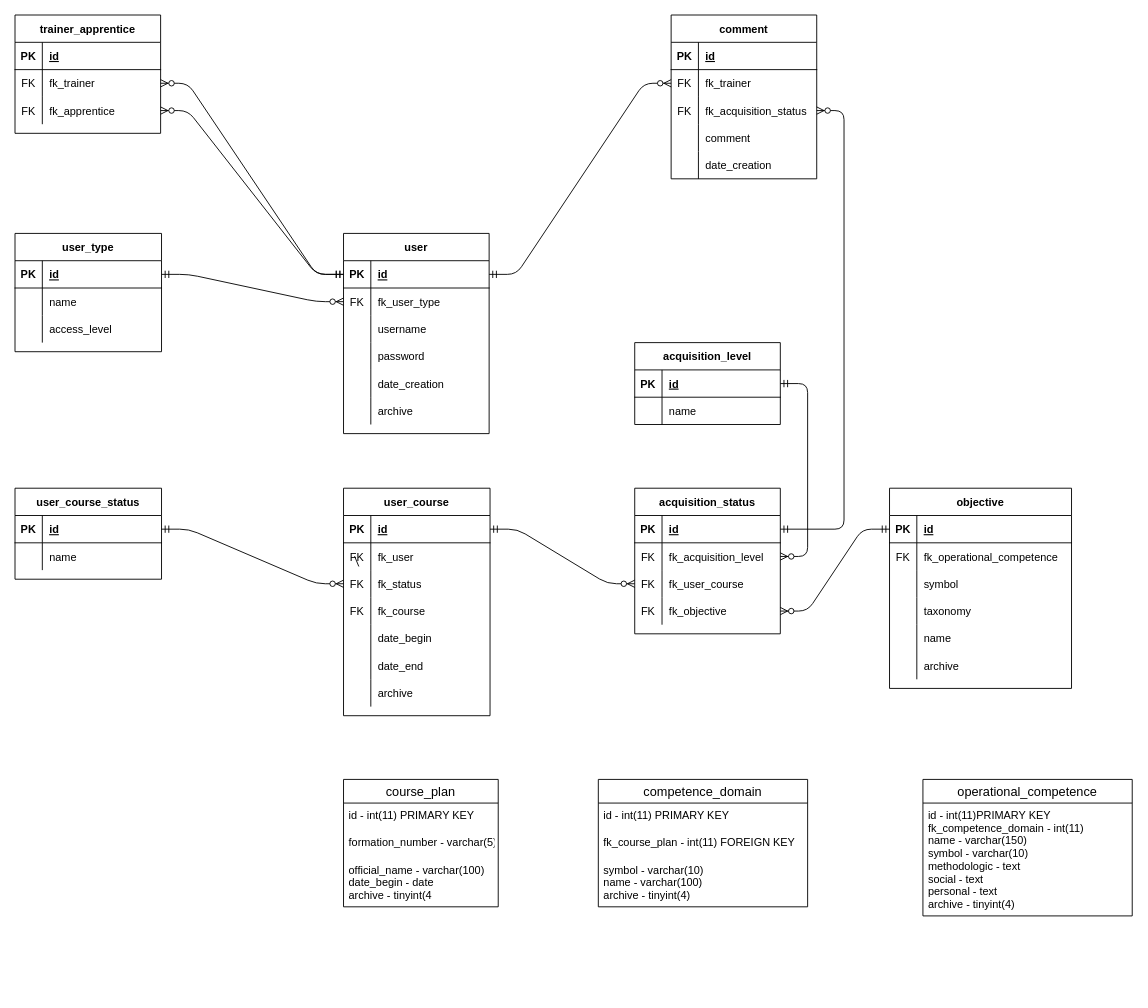
Earlier version of the draw.io diagram documentation/database/db_plafor.drawio (OrifInformatique/plafor). Source tidied: cells renumbered, new cells numbered last; positions are measured from the earlier drawing's top-left corner, leaving out a move shared by most shapes. Both pictures are drawn from the tidied source at 91%, with x=0, y=0 at pixel (15, 15).
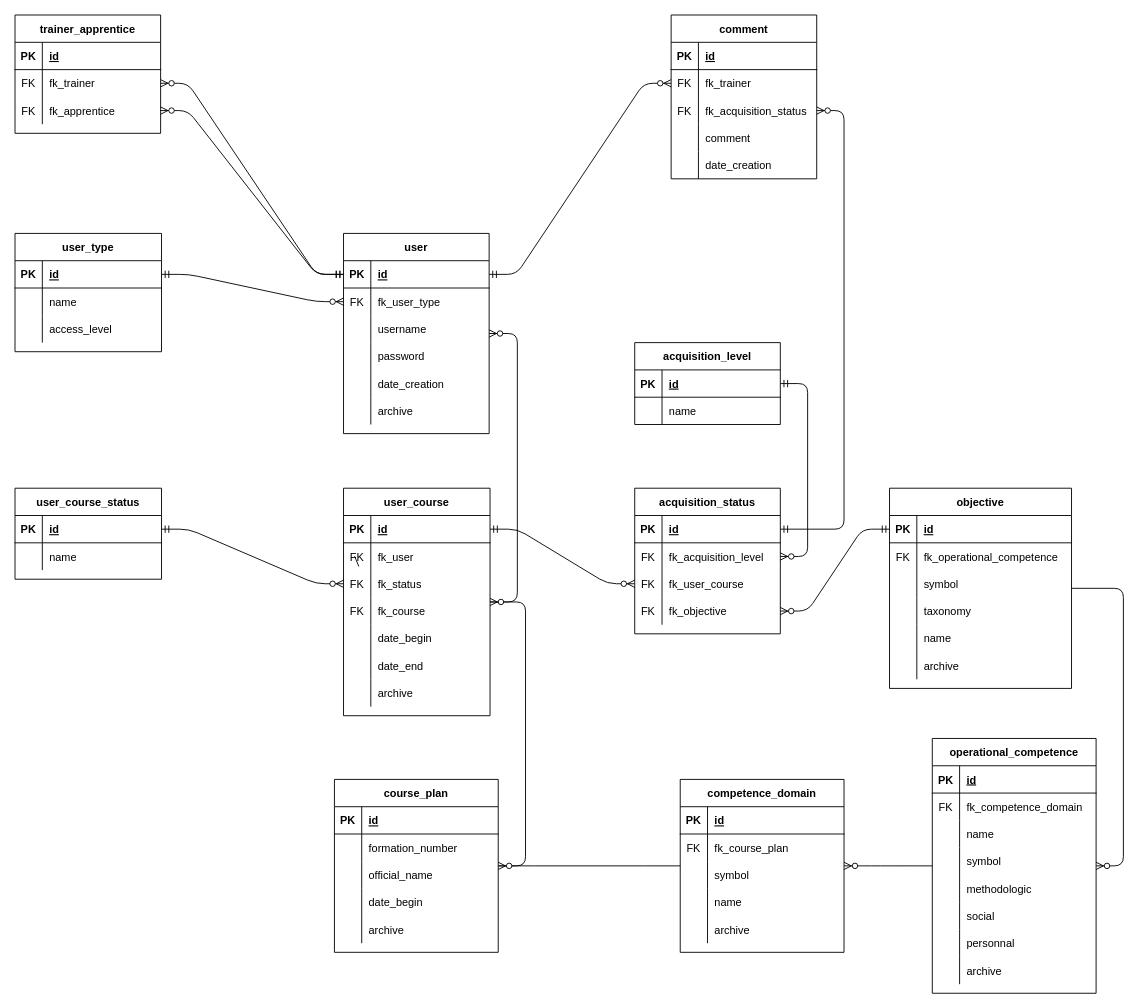
The same diagram, later.

The change refers to these unchanged cells:
```xml
<mxCell id="64" value="user" style="shape=table;startSize=30;childLayout=tableLayout;rowLines=0;fontStyle=1;align=center;" parent="1" vertex="1">
  <mxGeometry x="361" y="240" width="160" height="220" as="geometry" />
</mxCell>
<mxCell id="101" value="user_course" style="shape=table;startSize=30;childLayout=tableLayout;rowLines=0;fontStyle=1;align=center;" parent="1" vertex="1">
  <mxGeometry x="361" y="520" width="161" height="250" as="geometry" />
</mxCell>
<mxCell id="124" value="objective" style="shape=table;startSize=30;childLayout=tableLayout;rowLines=0;fontStyle=1;align=center;" parent="1" vertex="1">
  <mxGeometry x="961" y="520" width="200" height="220" as="geometry" />
</mxCell>
```

Change to the diagram source:
```diff
@@
-    <mxCell id="3" value="course_plan" style="swimlane;fontStyle=0;horizontal=1;startSize=26;align=center;fontSize=14;" parent="1" vertex="1">
-      <mxGeometry x="361" y="840" width="170" height="140" as="geometry" />
-    </mxCell>
-    <mxCell id="4" value="id - int(11) PRIMARY KEY" style="text;strokeColor=none;fillColor=none;spacingLeft=4;spacingRight=4;overflow=hidden;fontSize=12;" parent="3" vertex="1">
-      <mxGeometry y="26" width="170" height="30" as="geometry" />
-    </mxCell>
-    <mxCell id="5" value="formation_number - varchar(5)" style="text;strokeColor=none;fillColor=none;spacingLeft=4;spacingRight=4;overflow=hidden;fontSize=12;" parent="3" vertex="1">
-      <mxGeometry y="56" width="170" height="30" as="geometry" />
-    </mxCell>
-    <mxCell id="6" value="official_name - varchar(100)&#10;date_begin - date&#10;archive - tinyint(4&#10;" style="text;strokeColor=none;fillColor=none;spacingLeft=4;spacingRight=4;overflow=hidden;fontSize=12;" parent="3" vertex="1">
-      <mxGeometry y="86" width="170" height="54" as="geometry" />
-    </mxCell>
-    <mxCell id="7" value="competence_domain" style="swimlane;fontStyle=0;horizontal=1;startSize=26;align=center;fontSize=14;" parent="1" vertex="1">
-      <mxGeometry x="641" y="840" width="230" height="140" as="geometry" />
-    </mxCell>
-    <mxCell id="8" value="id - int(11) PRIMARY KEY" style="text;strokeColor=none;fillColor=none;spacingLeft=4;spacingRight=4;overflow=hidden;fontSize=12;" parent="7" vertex="1">
-      <mxGeometry y="26" width="230" height="30" as="geometry" />
-    </mxCell>
-    <mxCell id="9" value="fk_course_plan - int(11) FOREIGN KEY" style="text;strokeColor=none;fillColor=none;spacingLeft=4;spacingRight=4;overflow=hidden;fontSize=12;" parent="7" vertex="1">
-      <mxGeometry y="56" width="230" height="30" as="geometry" />
-    </mxCell>
-    <mxCell id="10" value="symbol - varchar(10)&#10;name - varchar(100)&#10;archive - tinyint(4)&#10;" style="text;strokeColor=none;fillColor=none;spacingLeft=4;spacingRight=4;overflow=hidden;fontSize=12;" parent="7" vertex="1">
-      <mxGeometry y="86" width="230" height="54" as="geometry" />
-    </mxCell>
-    <mxCell id="11" value="operational_competence" style="swimlane;fontStyle=0;horizontal=1;startSize=26;align=center;fontSize=14;" parent="1" vertex="1">
-      <mxGeometry x="997.7" y="840" width="230" height="150" as="geometry" />
-    </mxCell>
-    <mxCell id="12" value="id - int(11)PRIMARY KEY&#10;fk_competence_domain - int(11)&#10;name - varchar(150)&#10;symbol - varchar(10)&#10;methodologic - text&#10;social - text&#10;personal - text&#10;archive - tinyint(4)&#10;" style="text;strokeColor=none;fillColor=none;spacingLeft=4;spacingRight=4;overflow=hidden;fontSize=12;" parent="11" vertex="1">
-      <mxGeometry y="26" width="230" height="124" as="geometry" />
-    </mxCell>
@@
+    <mxCell id="3" value="course_plan" style="shape=table;startSize=30;childLayout=tableLayout;rowLines=0;fontStyle=1;align=center;" parent="1" vertex="1">
+      <mxGeometry x="351" y="840" width="180" height="190" as="geometry" />
+    </mxCell>
+    <mxCell id="145" style="shape=partialRectangle;fillColor=none;top=0;left=0;bottom=1;right=0;" parent="3" vertex="1">
+      <mxGeometry y="30" width="180" height="30" as="geometry" />
+    </mxCell>
+    <mxCell id="146" value="PK" style="shape=partialRectangle;fillColor=none;top=0;left=0;bottom=0;right=0;fontStyle=1;overflow=hidden;" parent="145" vertex="1">
+      <mxGeometry width="30" height="30" as="geometry" />
+    </mxCell>
+    <mxCell id="147" value="id" style="shape=partialRectangle;fillColor=none;top=0;left=0;bottom=0;right=0;align=left;spacingLeft=6;fontStyle=5;overflow=hidden;" parent="145" vertex="1">
+      <mxGeometry x="30" width="150" height="30" as="geometry" />
+    </mxCell>
+    <mxCell id="148" style="shape=partialRectangle;fillColor=none;top=0;left=0;bottom=0;right=0;" parent="3" vertex="1">
+      <mxGeometry y="60" width="180" height="30" as="geometry" />
+    </mxCell>
+    <mxCell id="149" style="shape=partialRectangle;fillColor=none;top=0;left=0;bottom=0;right=0;overflow=hidden;" parent="148" vertex="1">
+      <mxGeometry width="30" height="30" as="geometry" />
+    </mxCell>
+    <mxCell id="150" value="formation_number" style="shape=partialRectangle;fillColor=none;top=0;left=0;bottom=0;right=0;align=left;spacingLeft=6;overflow=hidden;" parent="148" vertex="1">
+      <mxGeometry x="30" width="150" height="30" as="geometry" />
+    </mxCell>
+    <mxCell id="151" style="shape=partialRectangle;fillColor=none;top=0;left=0;bottom=0;right=0;" parent="3" vertex="1">
+      <mxGeometry y="90" width="180" height="30" as="geometry" />
+    </mxCell>
+    <mxCell id="152" style="shape=partialRectangle;fillColor=none;top=0;left=0;bottom=0;right=0;overflow=hidden;" parent="151" vertex="1">
+      <mxGeometry width="30" height="30" as="geometry" />
+    </mxCell>
+    <mxCell id="153" value="official_name" style="shape=partialRectangle;fillColor=none;top=0;left=0;bottom=0;right=0;align=left;spacingLeft=6;overflow=hidden;" parent="151" vertex="1">
+      <mxGeometry x="30" width="150" height="30" as="geometry" />
+    </mxCell>
+    <mxCell id="154" style="shape=partialRectangle;fillColor=none;top=0;left=0;bottom=0;right=0;" parent="3" vertex="1">
+      <mxGeometry y="120" width="180" height="30" as="geometry" />
+    </mxCell>
+    <mxCell id="155" style="shape=partialRectangle;fillColor=none;top=0;left=0;bottom=0;right=0;overflow=hidden;" parent="154" vertex="1">
+      <mxGeometry width="30" height="30" as="geometry" />
+    </mxCell>
+    <mxCell id="156" value="date_begin" style="shape=partialRectangle;fillColor=none;top=0;left=0;bottom=0;right=0;align=left;spacingLeft=6;overflow=hidden;" parent="154" vertex="1">
+      <mxGeometry x="30" width="150" height="30" as="geometry" />
+    </mxCell>
+    <mxCell id="157" style="shape=partialRectangle;fillColor=none;top=0;left=0;bottom=0;right=0;" parent="3" vertex="1">
+      <mxGeometry y="150" width="180" height="30" as="geometry" />
+    </mxCell>
+    <mxCell id="158" style="shape=partialRectangle;fillColor=none;top=0;left=0;bottom=0;right=0;overflow=hidden;" parent="157" vertex="1">
+      <mxGeometry width="30" height="30" as="geometry" />
+    </mxCell>
+    <mxCell id="159" value="archive" style="shape=partialRectangle;fillColor=none;top=0;left=0;bottom=0;right=0;align=left;spacingLeft=6;overflow=hidden;" parent="157" vertex="1">
+      <mxGeometry x="30" width="150" height="30" as="geometry" />
+    </mxCell>
+    <mxCell id="160" style="edgeStyle=entityRelationEdgeStyle;fontSize=12;html=1;endArrow=ERzeroToMany;endFill=1;" parent="1" edge="1" source="101" target="64">
+      <mxGeometry relative="1" as="geometry" />
+    </mxCell>
+    <mxCell id="161" style="edgeStyle=entityRelationEdgeStyle;fontSize=12;html=1;endArrow=ERzeroToMany;endFill=1;" parent="1" edge="1" source="3" target="101">
+      <mxGeometry relative="1" as="geometry" />
+    </mxCell>
+    <mxCell id="7" value="competence_domain" style="shape=table;startSize=30;childLayout=tableLayout;rowLines=0;fontStyle=1;align=center;" parent="1" vertex="1">
+      <mxGeometry x="731" y="840" width="180" height="190" as="geometry" />
+    </mxCell>
+    <mxCell id="162" style="shape=partialRectangle;fillColor=none;top=0;left=0;bottom=1;right=0;" parent="7" vertex="1">
+      <mxGeometry y="30" width="180" height="30" as="geometry" />
+    </mxCell>
+    <mxCell id="163" value="PK" style="shape=partialRectangle;fillColor=none;top=0;left=0;bottom=0;right=0;fontStyle=1;overflow=hidden;" parent="162" vertex="1">
+      <mxGeometry width="30" height="30" as="geometry" />
+    </mxCell>
+    <mxCell id="164" value="id" style="shape=partialRectangle;fillColor=none;top=0;left=0;bottom=0;right=0;align=left;spacingLeft=6;fontStyle=5;overflow=hidden;" parent="162" vertex="1">
+      <mxGeometry x="30" width="150" height="30" as="geometry" />
+    </mxCell>
+    <mxCell id="165" style="shape=partialRectangle;fillColor=none;top=0;left=0;bottom=0;right=0;" parent="7" vertex="1">
+      <mxGeometry y="60" width="180" height="30" as="geometry" />
+    </mxCell>
+    <mxCell id="166" value="FK" style="shape=partialRectangle;fillColor=none;top=0;left=0;bottom=0;right=0;overflow=hidden;" parent="165" vertex="1">
+      <mxGeometry width="30" height="30" as="geometry" />
+    </mxCell>
+    <mxCell id="167" value="fk_course_plan" style="shape=partialRectangle;fillColor=none;top=0;left=0;bottom=0;right=0;align=left;spacingLeft=6;overflow=hidden;" parent="165" vertex="1">
+      <mxGeometry x="30" width="150" height="30" as="geometry" />
+    </mxCell>
+    <mxCell id="168" style="shape=partialRectangle;fillColor=none;top=0;left=0;bottom=0;right=0;" parent="7" vertex="1">
+      <mxGeometry y="90" width="180" height="30" as="geometry" />
+    </mxCell>
+    <mxCell id="169" style="shape=partialRectangle;fillColor=none;top=0;left=0;bottom=0;right=0;overflow=hidden;" parent="168" vertex="1">
+      <mxGeometry width="30" height="30" as="geometry" />
+    </mxCell>
+    <mxCell id="170" value="symbol" style="shape=partialRectangle;fillColor=none;top=0;left=0;bottom=0;right=0;align=left;spacingLeft=6;overflow=hidden;" parent="168" vertex="1">
+      <mxGeometry x="30" width="150" height="30" as="geometry" />
+    </mxCell>
+    <mxCell id="171" style="shape=partialRectangle;fillColor=none;top=0;left=0;bottom=0;right=0;" parent="7" vertex="1">
+      <mxGeometry y="120" width="180" height="30" as="geometry" />
+    </mxCell>
+    <mxCell id="172" style="shape=partialRectangle;fillColor=none;top=0;left=0;bottom=0;right=0;overflow=hidden;" parent="171" vertex="1">
+      <mxGeometry width="30" height="30" as="geometry" />
+    </mxCell>
+    <mxCell id="173" value="name" style="shape=partialRectangle;fillColor=none;top=0;left=0;bottom=0;right=0;align=left;spacingLeft=6;overflow=hidden;" parent="171" vertex="1">
+      <mxGeometry x="30" width="150" height="30" as="geometry" />
+    </mxCell>
+    <mxCell id="174" style="shape=partialRectangle;fillColor=none;top=0;left=0;bottom=0;right=0;" parent="7" vertex="1">
+      <mxGeometry y="150" width="180" height="30" as="geometry" />
+    </mxCell>
+    <mxCell id="175" style="shape=partialRectangle;fillColor=none;top=0;left=0;bottom=0;right=0;overflow=hidden;" parent="174" vertex="1">
+      <mxGeometry width="30" height="30" as="geometry" />
+    </mxCell>
+    <mxCell id="176" value="archive" style="shape=partialRectangle;fillColor=none;top=0;left=0;bottom=0;right=0;align=left;spacingLeft=6;overflow=hidden;" parent="174" vertex="1">
+      <mxGeometry x="30" width="150" height="30" as="geometry" />
+    </mxCell>
+    <mxCell id="177" style="edgeStyle=entityRelationEdgeStyle;fontSize=12;html=1;endArrow=ERzeroToMany;endFill=1;" parent="1" edge="1" source="7" target="3">
+      <mxGeometry relative="1" as="geometry" />
+    </mxCell>
+    <mxCell id="11" value="operational_competence" style="shape=table;startSize=30;childLayout=tableLayout;rowLines=0;fontStyle=1;align=center;" parent="1" vertex="1">
+      <mxGeometry x="1008" y="795" width="180" height="280" as="geometry" />
+    </mxCell>
+    <mxCell id="178" style="shape=partialRectangle;fillColor=none;top=0;left=0;bottom=1;right=0;" parent="11" vertex="1">
+      <mxGeometry y="30" width="180" height="30" as="geometry" />
+    </mxCell>
+    <mxCell id="179" value="PK" style="shape=partialRectangle;fillColor=none;top=0;left=0;bottom=0;right=0;fontStyle=1;overflow=hidden;" parent="178" vertex="1">
+      <mxGeometry width="30" height="30" as="geometry" />
+    </mxCell>
+    <mxCell id="180" value="id" style="shape=partialRectangle;fillColor=none;top=0;left=0;bottom=0;right=0;align=left;spacingLeft=6;fontStyle=5;overflow=hidden;" parent="178" vertex="1">
+      <mxGeometry x="30" width="150" height="30" as="geometry" />
+    </mxCell>
+    <mxCell id="181" style="shape=partialRectangle;fillColor=none;top=0;left=0;bottom=0;right=0;" parent="11" vertex="1">
+      <mxGeometry y="60" width="180" height="30" as="geometry" />
+    </mxCell>
+    <mxCell id="182" value="FK" style="shape=partialRectangle;fillColor=none;top=0;left=0;bottom=0;right=0;overflow=hidden;" parent="181" vertex="1">
+      <mxGeometry width="30" height="30" as="geometry" />
+    </mxCell>
+    <mxCell id="183" value="fk_competence_domain" style="shape=partialRectangle;fillColor=none;top=0;left=0;bottom=0;right=0;align=left;spacingLeft=6;overflow=hidden;" parent="181" vertex="1">
+      <mxGeometry x="30" width="150" height="30" as="geometry" />
+    </mxCell>
+    <mxCell id="184" style="shape=partialRectangle;fillColor=none;top=0;left=0;bottom=0;right=0;" parent="11" vertex="1">
+      <mxGeometry y="90" width="180" height="30" as="geometry" />
+    </mxCell>
+    <mxCell id="185" style="shape=partialRectangle;fillColor=none;top=0;left=0;bottom=0;right=0;overflow=hidden;" parent="184" vertex="1">
+      <mxGeometry width="30" height="30" as="geometry" />
+    </mxCell>
+    <mxCell id="186" value="name" style="shape=partialRectangle;fillColor=none;top=0;left=0;bottom=0;right=0;align=left;spacingLeft=6;overflow=hidden;" parent="184" vertex="1">
+      <mxGeometry x="30" width="150" height="30" as="geometry" />
+    </mxCell>
+    <mxCell id="187" style="shape=partialRectangle;fillColor=none;top=0;left=0;bottom=0;right=0;" parent="11" vertex="1">
+      <mxGeometry y="120" width="180" height="30" as="geometry" />
+    </mxCell>
+    <mxCell id="188" style="shape=partialRectangle;fillColor=none;top=0;left=0;bottom=0;right=0;overflow=hidden;" parent="187" vertex="1">
+      <mxGeometry width="30" height="30" as="geometry" />
+    </mxCell>
+    <mxCell id="189" value="symbol" style="shape=partialRectangle;fillColor=none;top=0;left=0;bottom=0;right=0;align=left;spacingLeft=6;overflow=hidden;" parent="187" vertex="1">
+      <mxGeometry x="30" width="150" height="30" as="geometry" />
+    </mxCell>
+    <mxCell id="190" style="shape=partialRectangle;fillColor=none;top=0;left=0;bottom=0;right=0;" parent="11" vertex="1">
+      <mxGeometry y="150" width="180" height="30" as="geometry" />
+    </mxCell>
+    <mxCell id="191" style="shape=partialRectangle;fillColor=none;top=0;left=0;bottom=0;right=0;overflow=hidden;" parent="190" vertex="1">
+      <mxGeometry width="30" height="30" as="geometry" />
+    </mxCell>
+    <mxCell id="192" value="methodologic" style="shape=partialRectangle;fillColor=none;top=0;left=0;bottom=0;right=0;align=left;spacingLeft=6;overflow=hidden;" parent="190" vertex="1">
+      <mxGeometry x="30" width="150" height="30" as="geometry" />
+    </mxCell>
+    <mxCell id="193" style="shape=partialRectangle;fillColor=none;top=0;left=0;bottom=0;right=0;" parent="11" vertex="1">
+      <mxGeometry y="180" width="180" height="30" as="geometry" />
+    </mxCell>
+    <mxCell id="194" style="shape=partialRectangle;fillColor=none;top=0;left=0;bottom=0;right=0;overflow=hidden;" parent="193" vertex="1">
+      <mxGeometry width="30" height="30" as="geometry" />
+    </mxCell>
+    <mxCell id="195" value="social" style="shape=partialRectangle;fillColor=none;top=0;left=0;bottom=0;right=0;align=left;spacingLeft=6;overflow=hidden;" parent="193" vertex="1">
+      <mxGeometry x="30" width="150" height="30" as="geometry" />
+    </mxCell>
+    <mxCell id="196" style="shape=partialRectangle;fillColor=none;top=0;left=0;bottom=0;right=0;" parent="11" vertex="1">
+      <mxGeometry y="210" width="180" height="30" as="geometry" />
+    </mxCell>
+    <mxCell id="197" style="shape=partialRectangle;fillColor=none;top=0;left=0;bottom=0;right=0;overflow=hidden;" parent="196" vertex="1">
+      <mxGeometry width="30" height="30" as="geometry" />
+    </mxCell>
+    <mxCell id="198" value="personnal" style="shape=partialRectangle;fillColor=none;top=0;left=0;bottom=0;right=0;align=left;spacingLeft=6;overflow=hidden;" parent="196" vertex="1">
+      <mxGeometry x="30" width="150" height="30" as="geometry" />
+    </mxCell>
+    <mxCell id="199" style="shape=partialRectangle;fillColor=none;top=0;left=0;bottom=0;right=0;" parent="11" vertex="1">
+      <mxGeometry y="240" width="180" height="30" as="geometry" />
+    </mxCell>
+    <mxCell id="200" style="shape=partialRectangle;fillColor=none;top=0;left=0;bottom=0;right=0;overflow=hidden;" parent="199" vertex="1">
+      <mxGeometry width="30" height="30" as="geometry" />
+    </mxCell>
+    <mxCell id="201" value="archive" style="shape=partialRectangle;fillColor=none;top=0;left=0;bottom=0;right=0;align=left;spacingLeft=6;overflow=hidden;" parent="199" vertex="1">
+      <mxGeometry x="30" width="150" height="30" as="geometry" />
+    </mxCell>
+    <mxCell id="202" style="edgeStyle=entityRelationEdgeStyle;fontSize=12;html=1;endArrow=ERzeroToMany;endFill=1;" parent="1" edge="1" source="11" target="7">
+      <mxGeometry relative="1" as="geometry" />
+    </mxCell>
+    <mxCell id="203" style="edgeStyle=entityRelationEdgeStyle;fontSize=12;html=1;endArrow=ERzeroToMany;endFill=1;" parent="1" edge="1" source="124" target="11">
+      <mxGeometry relative="1" as="geometry" />
+    </mxCell>
```
